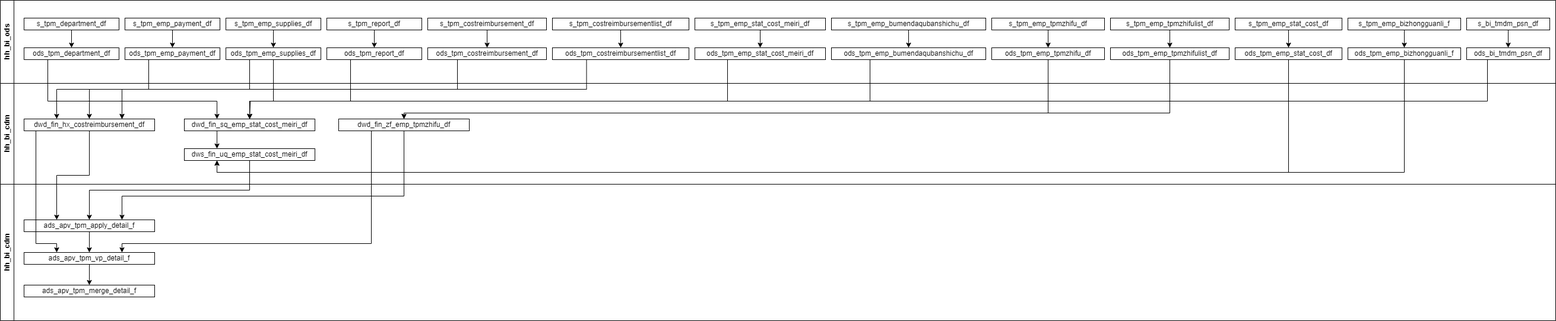
This is TPM市场费用全流程.drawio.png from ztacode/drawio, a draw.io export, as it was before one commit. Source tidied: cells renumbered, new cells last; positions are measured from the earlier drawing's top-left corner, leaving out a move shared by most shapes.
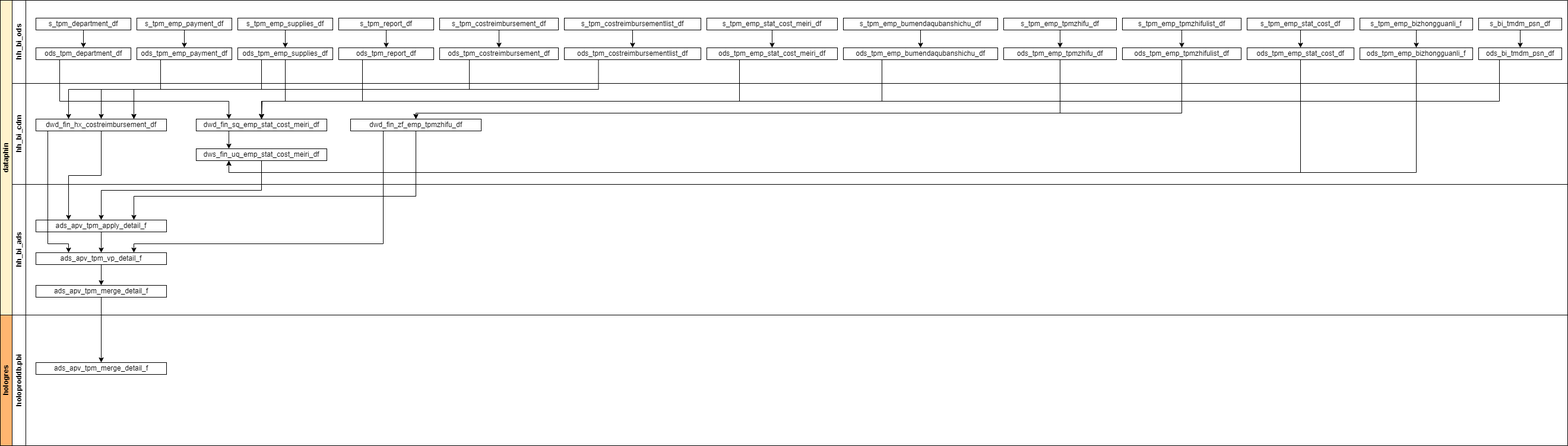
After the change.

Commit message:
更新TPM市场费用全流程.drawio.png

What changed in the source:
```diff
@@ -223,8 +223,8 @@
     <mxCell id="61" style="edgeStyle=orthogonalEdgeStyle;rounded=0;jettySize=auto;html=1;exitX=0.5;exitY=1;exitDx=0;exitDy=0;entryX=0.25;entryY=1;entryDx=0;entryDy=0;" parent="1" edge="1" source="15" target="7">
       <mxGeometry relative="1" as="geometry" />
     </mxCell>
-    <mxCell id="62" value="hh_bi_cdm" style="swimlane;horizontal=0;whiteSpace=wrap;html=1;startSize=23;" parent="1" vertex="1">
-      <mxGeometry y="310" width="2620" height="230" as="geometry" />
+    <mxCell id="62" value="hh_bi_ads" style="swimlane;horizontal=0;whiteSpace=wrap;html=1;startSize=23;" parent="1" vertex="1">
+      <mxGeometry y="310" width="2620" height="220" as="geometry" />
     </mxCell>
     <mxCell id="63" style="edgeStyle=orthogonalEdgeStyle;rounded=0;jettySize=auto;html=1;exitX=0.5;exitY=1;exitDx=0;exitDy=0;entryX=0.5;entryY=0;entryDx=0;entryDy=0;" parent="62" edge="1" source="64" target="66">
       <mxGeometry relative="1" as="geometry" />
@@ -272,5 +272,20 @@
         </Array>
       </mxGeometry>
     </mxCell>
+    <mxCell id="73" value="dataphin" style="rounded=0;whiteSpace=wrap;html=1;horizontal=0;fontStyle=1;fillColor=#fff2cc;strokeColor=#000000;" parent="1" vertex="1">
+      <mxGeometry x="-20" width="20" height="530" as="geometry" />
+    </mxCell>
+    <mxCell id="74" value="holoproddb.pbi" style="swimlane;horizontal=0;whiteSpace=wrap;html=1;startSize=23;" parent="1" vertex="1">
+      <mxGeometry y="530" width="2620" height="220" as="geometry" />
+    </mxCell>
+    <mxCell id="75" value="hologres" style="rounded=0;whiteSpace=wrap;html=1;fillColor=#FFB570;strokeColor=#000000;horizontal=0;fontStyle=1;" parent="74" vertex="1">
+      <mxGeometry x="-20" width="20" height="220" as="geometry" />
+    </mxCell>
+    <mxCell id="76" value="ads_apv_tpm_merge_detail_f" style="rounded=0;whiteSpace=wrap;html=1;" parent="74" vertex="1">
+      <mxGeometry x="40" y="80" width="220" height="20" as="geometry" />
+    </mxCell>
+    <mxCell id="77" style="edgeStyle=orthogonalEdgeStyle;rounded=0;jettySize=auto;html=1;exitX=0.5;exitY=1;exitDx=0;exitDy=0;entryX=0.5;entryY=0;entryDx=0;entryDy=0;" parent="1" edge="1" source="67" target="76">
+      <mxGeometry relative="1" as="geometry" />
+    </mxCell>
   </root>
 </mxGraphModel>
```
